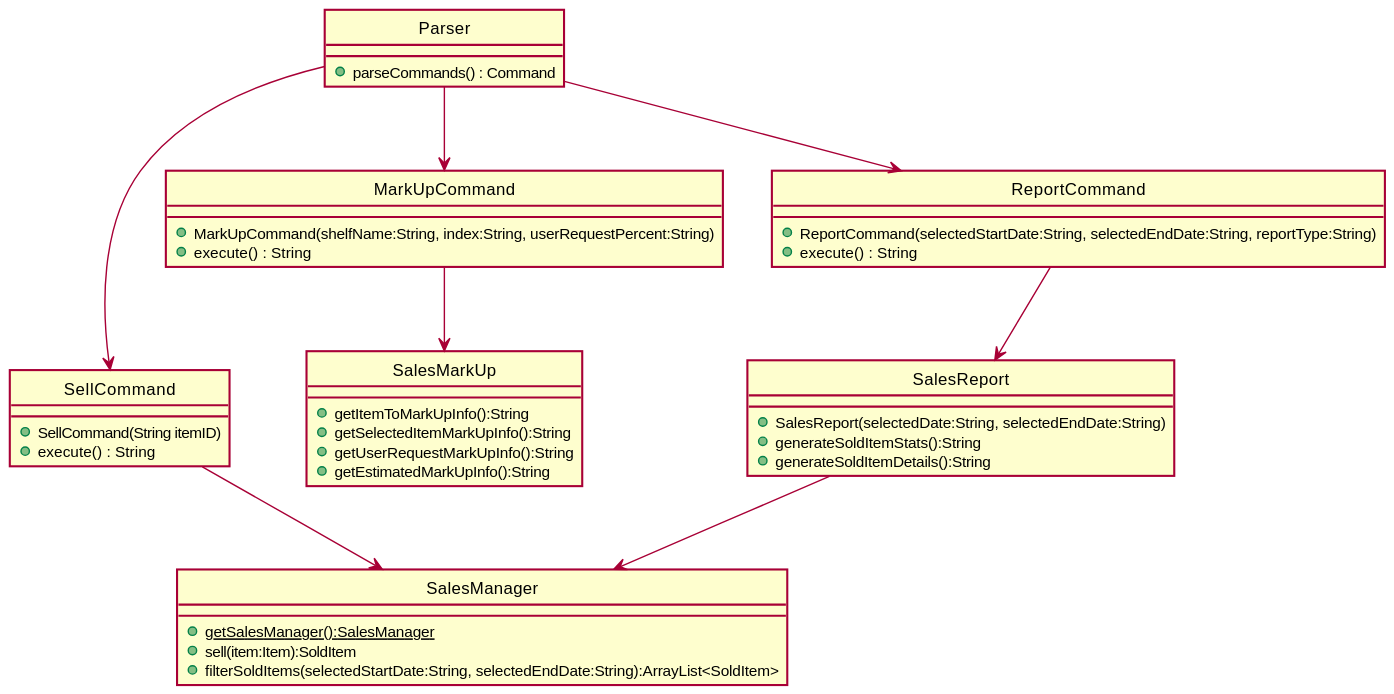
Above: docs/diagrams/SalesSubComponentClassDiagram.svg in zh1huang/tp (PlantUML), before the change. The source it was exported from:
```plantuml
@startuml
!include Style.puml
hide circle

class Parser{
    + parseCommands() : Command
}

class SalesManager{
    + {static} getSalesManager():SalesManager
    + sell(item:Item):SoldItem
    + filterSoldItems(selectedStartDate:String, selectedEndDate:String):ArrayList<SoldItem>
}

class SalesReport{
    + SalesReport(selectedDate:String, selectedEndDate:String)
    + generateSoldItemStats():String
    + generateSoldItemDetails():String
}

class SalesMarkUp{
    + getItemToMarkUpInfo():String
    + getSelectedItemMarkUpInfo():String
    + getUserRequestMarkUpInfo():String
    + getEstimatedMarkUpInfo():String
}

class SellCommand{
    + SellCommand(String itemID)
    + execute() : String
}

class MarkUpCommand{
    + MarkUpCommand(shelfName:String, index:String, userRequestPercent:String)
    + execute() : String
}

class ReportCommand{
    + ReportCommand(selectedStartDate:String, selectedEndDate:String, reportType:String)
    + execute() : String
}

Parser --> ReportCommand
Parser --> MarkUpCommand
Parser --> SellCommand

ReportCommand --> SalesReport
SalesReport --> SalesManager
MarkUpCommand --> SalesMarkUp
SellCommand --> SalesManager

@enduml
```
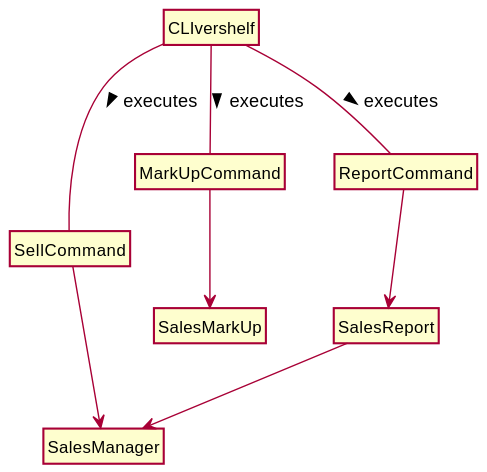
The same file after the commit.

Commit message:
Update Sales Component

Change to the diagram source:
```diff
@@ -1,48 +1,33 @@
 @startuml
 !include Style.puml
 hide circle
+skinparam classAttributeIconSize 0
+hide empty members
 
-class Parser{
-    + parseCommands() : Command
+class CLIvershelf{
 }
 
 class SalesManager{
-    + {static} getSalesManager():SalesManager
-    + sell(item:Item):SoldItem
-    + filterSoldItems(selectedStartDate:String, selectedEndDate:String):ArrayList<SoldItem>
 }
 
 class SalesReport{
-    + SalesReport(selectedDate:String, selectedEndDate:String)
-    + generateSoldItemStats():String
-    + generateSoldItemDetails():String
 }
 
 class SalesMarkUp{
-    + getItemToMarkUpInfo():String
-    + getSelectedItemMarkUpInfo():String
-    + getUserRequestMarkUpInfo():String
-    + getEstimatedMarkUpInfo():String
 }
 
 class SellCommand{
-    + SellCommand(String itemID)
-    + execute() : String
 }
 
 class MarkUpCommand{
-    + MarkUpCommand(shelfName:String, index:String, userRequestPercent:String)
-    + execute() : String
 }
 
 class ReportCommand{
-    + ReportCommand(selectedStartDate:String, selectedEndDate:String, reportType:String)
-    + execute() : String
 }
 
-Parser --> ReportCommand
-Parser --> MarkUpCommand
-Parser --> SellCommand
+CLIvershelf -- ReportCommand : executes >
+CLIvershelf -- MarkUpCommand : executes >
+CLIvershelf -- SellCommand : executes >
 
 ReportCommand --> SalesReport
 SalesReport --> SalesManager
```
